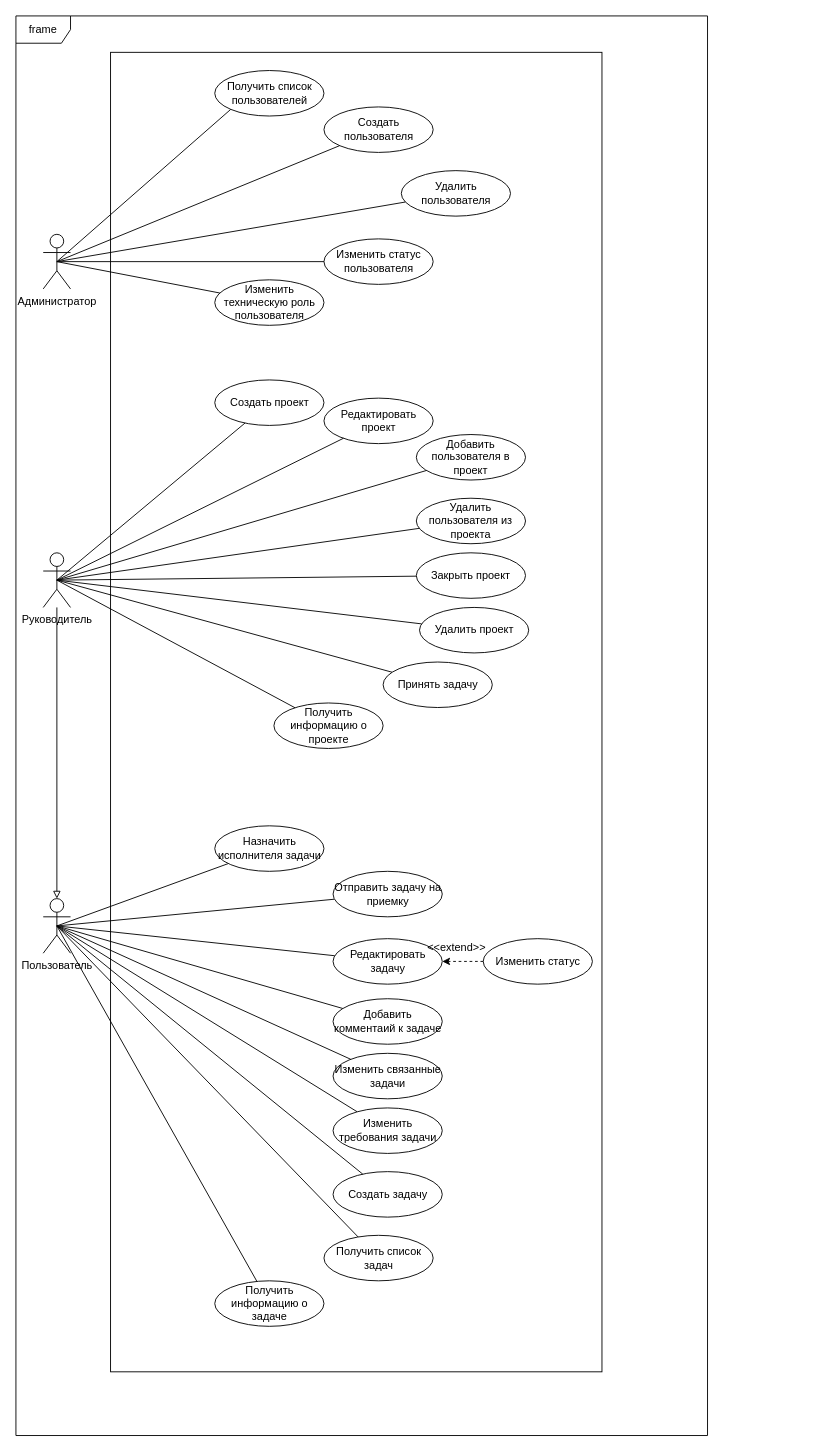
This is page "Page-1" (1 of 2) of docs/diagrams/useCase/base.drawio from chenko16/task-managment, a draw.io file, before an edit. Source tidied: cells renumbered, new cells numbered last; positions are measured from the earlier drawing's top-left corner, leaving out a move shared by most shapes. Both pictures are drawn from the tidied source at 91%, with x=0, y=0 at pixel (15, 15).
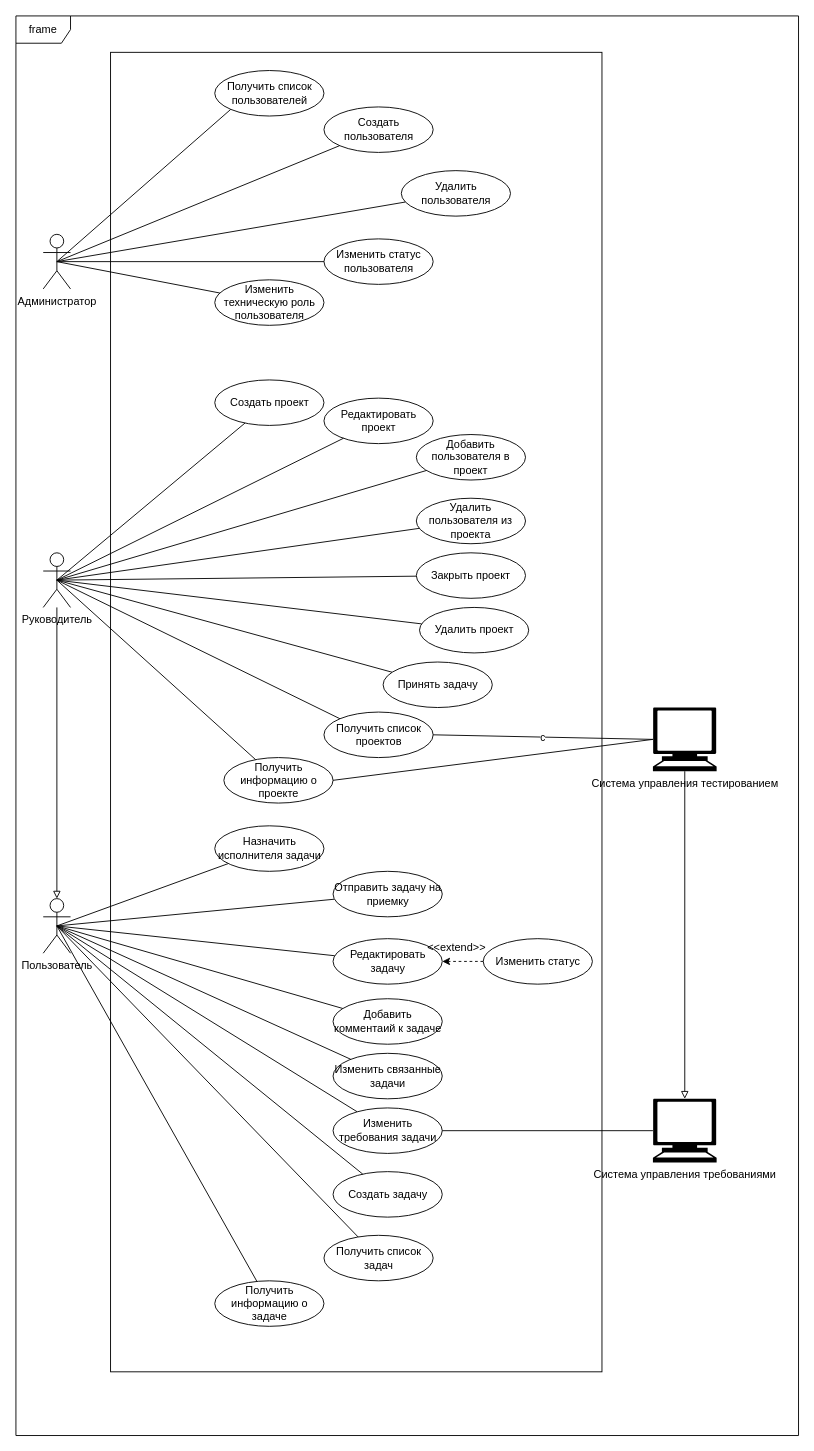
The same page after the edit.

Unchanged cells that the change refers to:
```xml
<mxCell id="4" value="Руководитель" style="shape=umlActor;verticalLabelPosition=bottom;labelBackgroundColor=#ffffff;verticalAlign=top;html=1;outlineConnect=0;" parent="1" vertex="1">
  <mxGeometry x="30" y="590" width="30" height="60" as="geometry" />
</mxCell>
<mxCell id="16" value="Изменить требования задачи" style="ellipse;whiteSpace=wrap;html=1;" parent="1" vertex="1">
  <mxGeometry x="348.5" y="1200" width="120" height="50" as="geometry" />
</mxCell>
```

Diff of the diagram source:
```diff
@@
     <mxCell id="2" value="frame" style="shape=umlFrame;whiteSpace=wrap;html=1;" parent="1" vertex="1">
-      <mxGeometry width="760" height="1560" as="geometry" />
+      <mxGeometry width="860" height="1560" as="geometry" />
     </mxCell>
@@
     <mxCell id="47" value="Получить информацию о проекте" style="ellipse;whiteSpace=wrap;html=1;" parent="1" vertex="1">
-      <mxGeometry x="283.5" y="755" width="120" height="50" as="geometry" />
+      <mxGeometry x="228.5" y="815" width="120" height="50" as="geometry" />
     </mxCell>
@@
+    <mxCell id="55" value="Система управления тестированием" style="shape=mxgraph.signs.tech.computer;html=1;fillColor=#000000;strokeColor=none;verticalLabelPosition=bottom;verticalAlign=top;align=center;" parent="1" vertex="1">
+      <mxGeometry x="700" y="760" width="70" height="70" as="geometry" />
+    </mxCell>
+    <mxCell id="56" value="Система управления требованиями" style="shape=mxgraph.signs.tech.computer;html=1;fillColor=#000000;strokeColor=none;verticalLabelPosition=bottom;verticalAlign=top;align=center;" parent="1" vertex="1">
+      <mxGeometry x="700" y="1190" width="70" height="70" as="geometry" />
+    </mxCell>
+    <mxCell id="57" value="Получить список проектов" style="ellipse;whiteSpace=wrap;html=1;" parent="1" vertex="1">
+      <mxGeometry x="338.5" y="765" width="120" height="50" as="geometry" />
+    </mxCell>
+    <mxCell id="58" style="edgeStyle=none;rounded=0;jettySize=auto;html=1;exitX=0.5;exitY=0.5;exitDx=0;exitDy=0;exitPerimeter=0;endArrow=none;endFill=0;entryX=0;entryY=0;entryDx=0;entryDy=0;" parent="1" edge="1" source="4" target="57">
+      <mxGeometry relative="1" as="geometry" />
+    </mxCell>
+    <mxCell id="59" style="endArrow=block;html=1;entryX=0.5;entryY=0;entryDx=0;entryDy=0;entryPerimeter=0;endFill=0;exitX=0.5;exitY=1;exitDx=0;exitDy=0;exitPerimeter=0;" parent="1" edge="1" source="55" target="56">
+      <mxGeometry relative="1" as="geometry" />
+    </mxCell>
+    <mxCell id="60" value="с" style="edgeStyle=none;rounded=0;jettySize=auto;html=1;exitX=1;exitY=0.5;exitDx=0;exitDy=0;endArrow=none;endFill=0;entryX=0;entryY=0.5;entryDx=0;entryDy=0;entryPerimeter=0;" parent="1" edge="1" source="57" target="55">
+      <mxGeometry relative="1" as="geometry" />
+    </mxCell>
+    <mxCell id="61" style="edgeStyle=none;rounded=0;jettySize=auto;html=1;exitX=1;exitY=0.5;exitDx=0;exitDy=0;endArrow=none;endFill=0;entryX=0;entryY=0.5;entryDx=0;entryDy=0;entryPerimeter=0;" parent="1" edge="1" source="47" target="55">
+      <mxGeometry relative="1" as="geometry" />
+    </mxCell>
+    <mxCell id="62" style="edgeStyle=none;rounded=0;jettySize=auto;html=1;exitX=1;exitY=0.5;exitDx=0;exitDy=0;endArrow=none;endFill=0;entryX=0;entryY=0.5;entryDx=0;entryDy=0;entryPerimeter=0;" parent="1" edge="1" source="16" target="56">
+      <mxGeometry relative="1" as="geometry" />
+    </mxCell>
```
